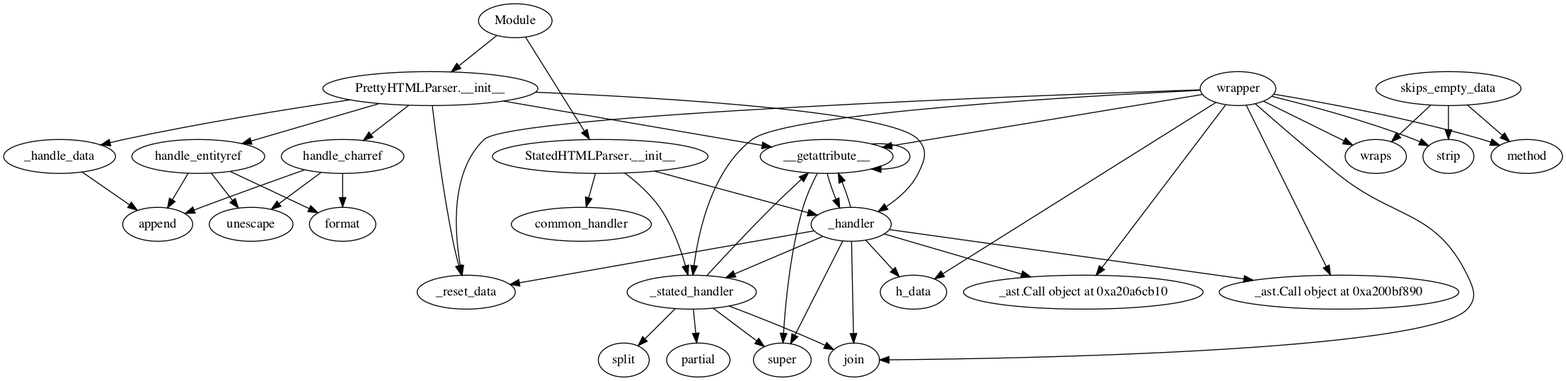
This is CallGraph_images/HTML5Parser.png from JordanCoyne97/Final_Year_Project, a Graphviz export, as it was before one commit. Its source is kept beside it as CallGraph_dots/HTML5Parser.dot. The source it was exported from:
```dot
digraph  {
__getattribute__;
super;
_handler;
_handle_data;
append;
wrapper;
h_data;
join;
_reset_data;
<_ast.Call object at 0xa20a6cb10>;
handle_charref;
unescape;
format;
handle_entityref;
common_handler;
_stated_handler;
split;
partial;
<_ast.Call object at 0xa200bf890>;
strip;
method;
wraps;
skips_empty_data;
Module;
"PrettyHTMLParser.__init__";
"StatedHTMLParser.__init__";
__getattribute__ -> __getattribute__;
__getattribute__ -> super;
__getattribute__ -> _handler;
_handler -> super;
_handler -> __getattribute__;
_handler -> h_data;
_handler -> join;
_handler -> _reset_data;
_handler -> <_ast.Call object at 0xa20a6cb10>;
_handler -> _stated_handler;
_handler -> <_ast.Call object at 0xa200bf890>;
_handle_data -> append;
wrapper -> __getattribute__;
wrapper -> h_data;
wrapper -> join;
wrapper -> _reset_data;
wrapper -> <_ast.Call object at 0xa20a6cb10>;
wrapper -> _stated_handler;
wrapper -> <_ast.Call object at 0xa200bf890>;
wrapper -> strip;
wrapper -> method;
wrapper -> wraps;
handle_charref -> unescape;
handle_charref -> format;
handle_charref -> append;
handle_entityref -> unescape;
handle_entityref -> format;
handle_entityref -> append;
_stated_handler -> split;
_stated_handler -> join;
_stated_handler -> __getattribute__;
_stated_handler -> super;
_stated_handler -> partial;
skips_empty_data -> strip;
skips_empty_data -> method;
skips_empty_data -> wraps;
Module -> "PrettyHTMLParser.__init__";
Module -> "StatedHTMLParser.__init__";
"PrettyHTMLParser.__init__" -> __getattribute__;
"PrettyHTMLParser.__init__" -> _handle_data;
"PrettyHTMLParser.__init__" -> _handler;
"PrettyHTMLParser.__init__" -> _reset_data;
"PrettyHTMLParser.__init__" -> handle_charref;
"PrettyHTMLParser.__init__" -> handle_entityref;
"StatedHTMLParser.__init__" -> common_handler;
"StatedHTMLParser.__init__" -> _stated_handler;
"StatedHTMLParser.__init__" -> _handler;
}
```
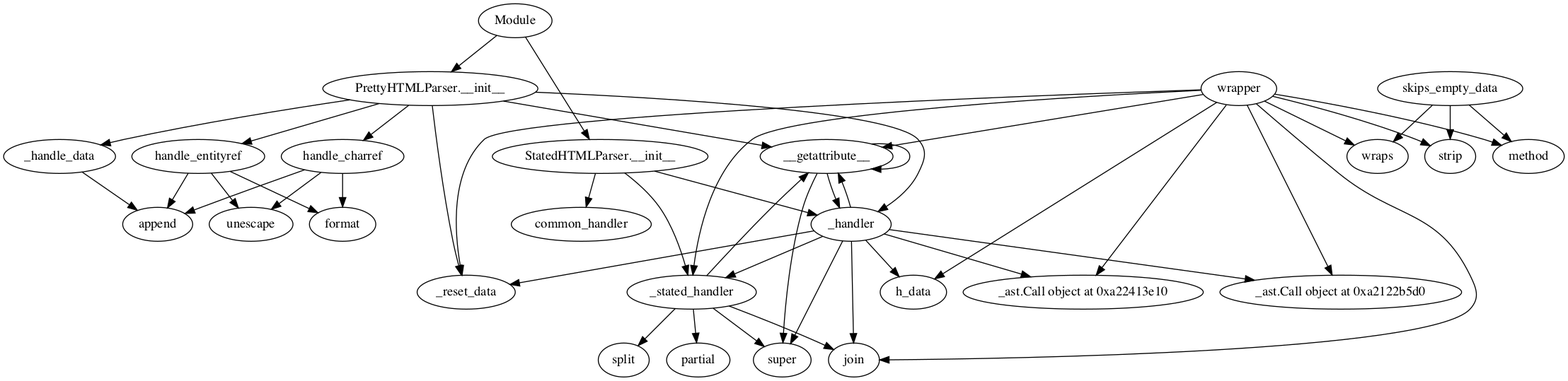
Later version of the same file.

Diff of the diagram source:
```diff
@@ -8,7 +8,7 @@
 h_data;
 join;
 _reset_data;
-<_ast.Call object at 0xa20a6cb10>;
+<_ast.Call object at 0xa22413e10>;
 handle_charref;
 unescape;
 format;
@@ -17,7 +17,7 @@
 _stated_handler;
 split;
 partial;
-<_ast.Call object at 0xa200bf890>;
+<_ast.Call object at 0xa2122b5d0>;
 strip;
 method;
 wraps;
@@ -33,17 +33,17 @@
 _handler -> h_data;
 _handler -> join;
 _handler -> _reset_data;
-_handler -> <_ast.Call object at 0xa20a6cb10>;
+_handler -> <_ast.Call object at 0xa22413e10>;
 _handler -> _stated_handler;
-_handler -> <_ast.Call object at 0xa200bf890>;
+_handler -> <_ast.Call object at 0xa2122b5d0>;
 _handle_data -> append;
 wrapper -> __getattribute__;
 wrapper -> h_data;
 wrapper -> join;
 wrapper -> _reset_data;
-wrapper -> <_ast.Call object at 0xa20a6cb10>;
+wrapper -> <_ast.Call object at 0xa22413e10>;
 wrapper -> _stated_handler;
-wrapper -> <_ast.Call object at 0xa200bf890>;
+wrapper -> <_ast.Call object at 0xa2122b5d0>;
 wrapper -> strip;
 wrapper -> method;
 wrapper -> wraps;
```
